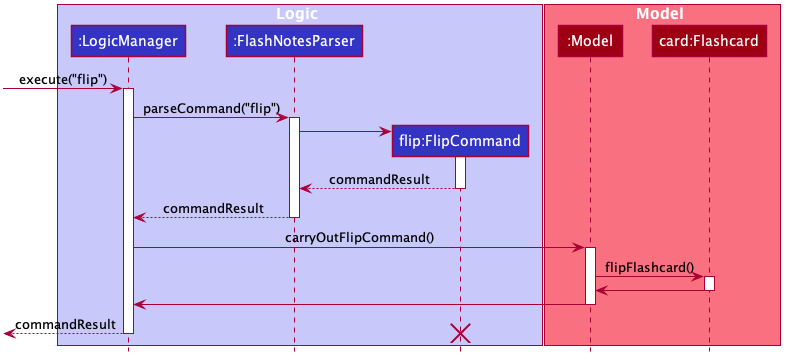
This is docs/images/FlipCommandSequenceDiagram.png from rachel170/tp, a PlantUML export, as it was before one commit.
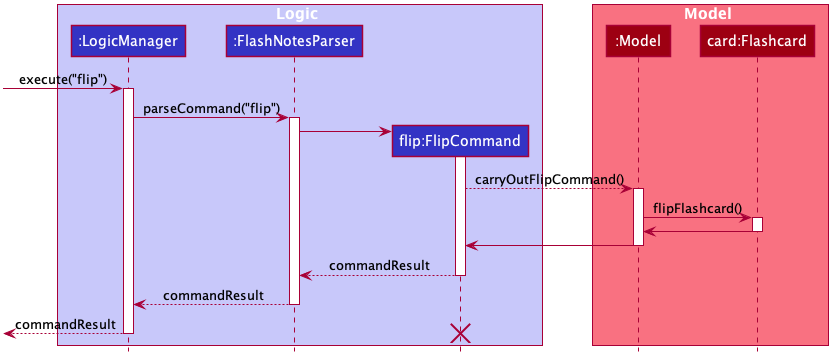
Above is the later version.

Diff of the diagram source:
```diff
@@ -68,13 +68,7 @@
 FlashNotesParser -> FlipCommand
 activate FlipCommand
 
-FlipCommand --> FlashNotesParser : commandResult
-deactivate FlipCommand
-
-FlashNotesParser --> LogicManager : commandResult
-deactivate FlashNotesParser
-
-LogicManager -> Model : carryOutFlipCommand()
+FlipCommand --> Model : carryOutFlipCommand()
 activate Model
 
 Model -> Flashcard : flipFlashcard()
@@ -83,8 +77,14 @@
 Flashcard -> Model :
 deactivate Flashcard
 
-Model -> LogicManager :
+Model -> FlipCommand :
 deactivate Model
+
+FlipCommand --> FlashNotesParser : commandResult
+deactivate FlipCommand
+
+FlashNotesParser --> LogicManager : commandResult
+deactivate FlashNotesParser
 
 [<--LogicManager : commandResult
 deactivate LogicManager
```
